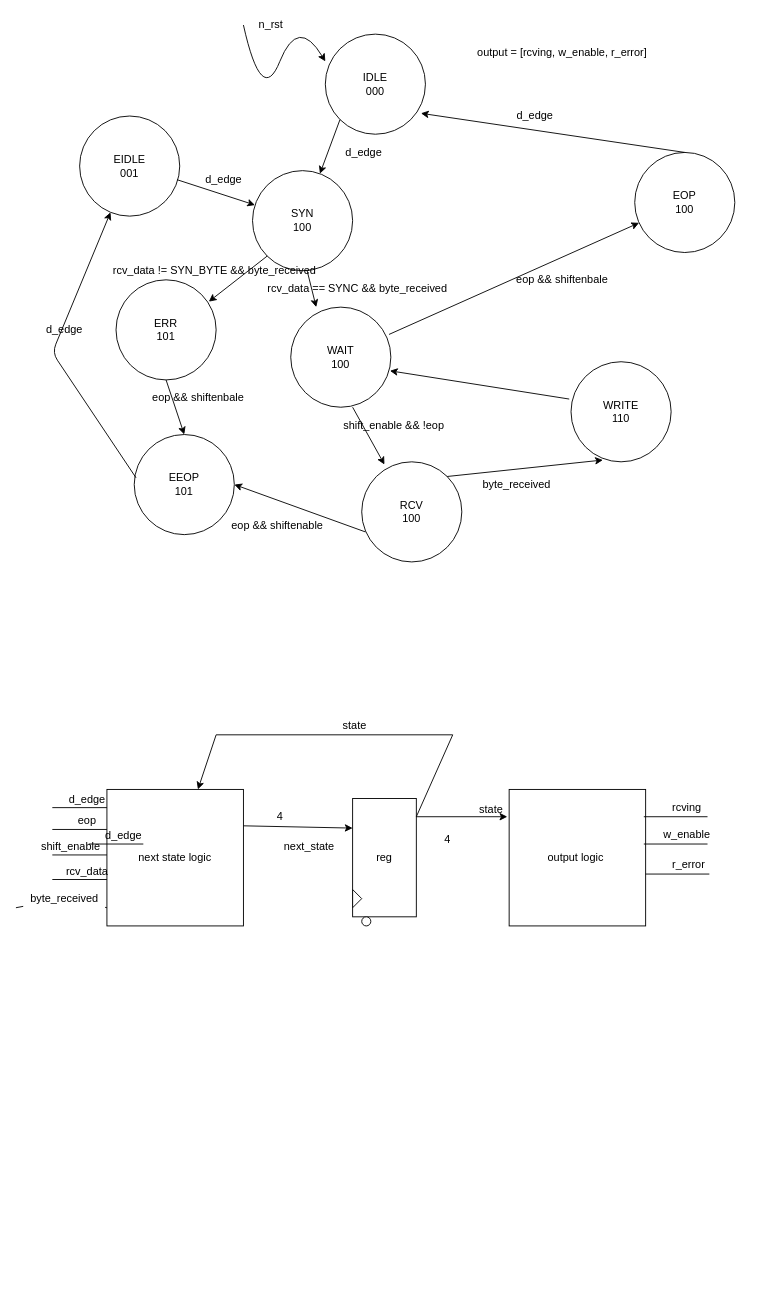
This is project/docs/RCU_RTL.drawio from Mooyeonkim628/ECE337_ASIC_Design, a draw.io file, before an edit. Source tidied: cells renumbered, new cells numbered last; positions are measured from the earlier drawing's top-left corner, leaving out a move shared by most shapes. Both pictures are drawn from the tidied source at 91%, with x=0, y=0 at pixel (15, 15).
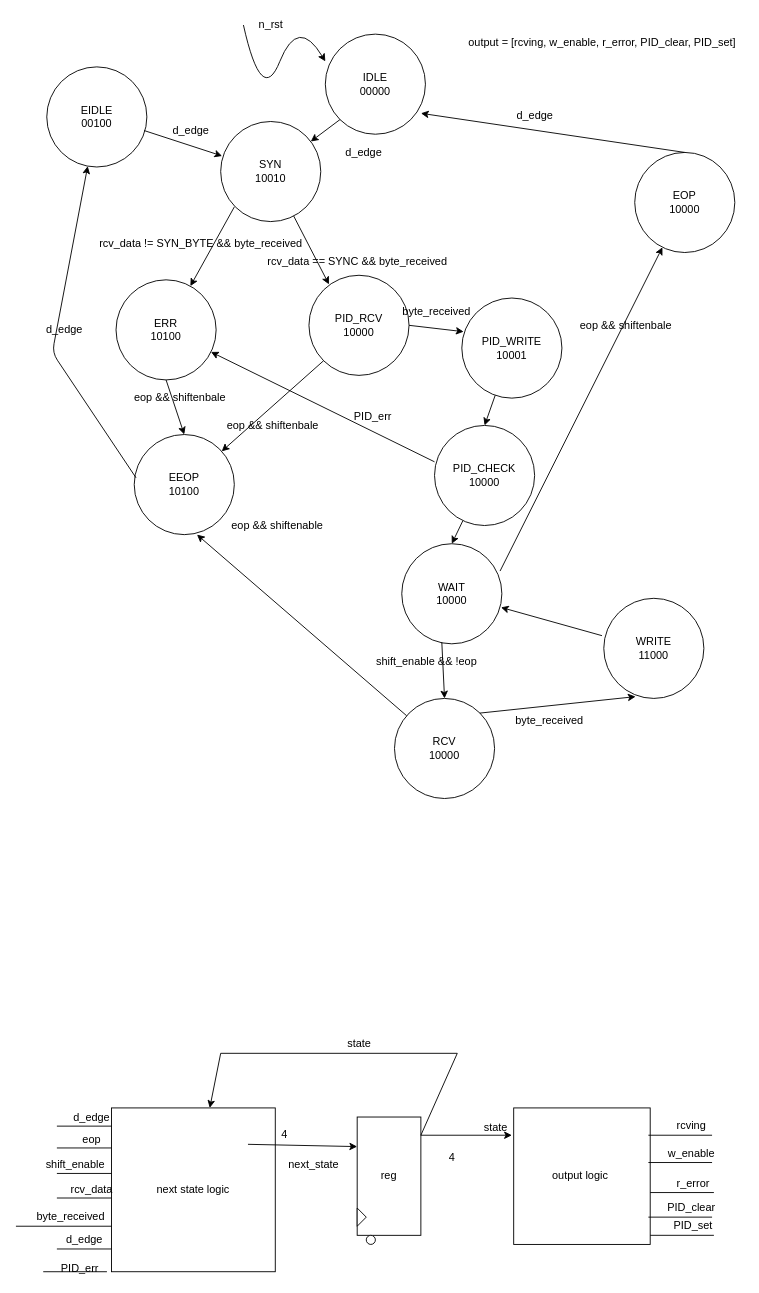
The same page after the edit.

What changed in the source:
```diff
@@
-    <mxCell id="2" value="IDLE&lt;br&gt;000" style="ellipse;whiteSpace=wrap;html=1;" parent="1" vertex="1">
+    <mxCell id="2" value="IDLE&lt;br&gt;00000" style="ellipse;whiteSpace=wrap;html=1;" parent="1" vertex="1">
       <mxGeometry x="340" y="20" width="110" height="110" as="geometry" />
     </mxCell>
-    <mxCell id="3" value="output = [rcving, w_enable, r_error]" style="text;html=1;align=center;verticalAlign=middle;" parent="1" vertex="1">
-      <mxGeometry x="500" y="30" width="200" height="20" as="geometry" />
+    <mxCell id="3" value="output = [rcving, w_enable, r_error, PID_clear, PID_set]" style="text;html=1;align=center;verticalAlign=middle;" parent="1" vertex="1">
+      <mxGeometry x="489" y="20" width="310" height="20" as="geometry" />
     </mxCell>
-    <mxCell id="4" value="SYN&lt;br&gt;100" style="ellipse;whiteSpace=wrap;html=1;" parent="1" vertex="1">
-      <mxGeometry x="260" y="170" width="110" height="110" as="geometry" />
+    <mxCell id="4" value="SYN&lt;br&gt;10010" style="ellipse;whiteSpace=wrap;html=1;" parent="1" vertex="1">
+      <mxGeometry x="225" y="116" width="110" height="110" as="geometry" />
     </mxCell>
@@
-    <mxCell id="6" value="ERR&lt;br&gt;101" style="ellipse;whiteSpace=wrap;html=1;" parent="1" vertex="1">
+    <mxCell id="6" value="ERR&lt;br&gt;10100" style="ellipse;whiteSpace=wrap;html=1;" parent="1" vertex="1">
       <mxGeometry x="110" y="290" width="110" height="110" as="geometry" />
     </mxCell>
@@
-    <mxCell id="8" style="endArrow=classic;html=1;entryX=0.927;entryY=0.218;entryDx=0;entryDy=0;entryPerimeter=0;exitX=0;exitY=1;exitDx=0;exitDy=0;" parent="1" edge="1" source="4" target="6">
-      <mxGeometry relative="1" as="geometry" />
+    <mxCell id="8" style="endArrow=classic;html=1;exitX=0;exitY=1;exitDx=0;exitDy=0;" parent="1" edge="1" target="6">
+      <mxGeometry relative="1" as="geometry">
+        <mxPoint x="240" y="209.9" as="sourcePoint" />
+      </mxGeometry>
     </mxCell>
     <mxCell id="9" value="rcv_data != SYN_BYTE &amp;amp;&amp;amp; byte_received" style="text;html=1;align=center;verticalAlign=middle;" parent="1" vertex="1">
-      <mxGeometry x="98" y="270" width="240" height="20" as="geometry" />
+      <mxGeometry x="83" y="240" width="240" height="20" as="geometry" />
     </mxCell>
@@
     <mxCell id="11" value="eop &amp;amp;&amp;amp; shiftenbale" style="text;html=1;align=center;verticalAlign=middle;" parent="1" vertex="1">
-      <mxGeometry x="140" y="410" width="120" height="20" as="geometry" />
+      <mxGeometry x="120" y="410" width="120" height="20" as="geometry" />
     </mxCell>
-    <mxCell id="12" value="RCV&lt;br&gt;100" style="ellipse;whiteSpace=wrap;html=1;" parent="1" vertex="1">
-      <mxGeometry x="380" y="490" width="110" height="110" as="geometry" />
+    <mxCell id="12" value="RCV&lt;br&gt;10000" style="ellipse;whiteSpace=wrap;html=1;" parent="1" vertex="1">
+      <mxGeometry x="416" y="750" width="110" height="110" as="geometry" />
     </mxCell>
@@
-    <mxCell id="15" style="endArrow=classic;html=1;" parent="1" edge="1">
-      <mxGeometry relative="1" as="geometry">
-        <mxPoint x="320" y="280" as="sourcePoint" />
-        <mxPoint x="330" y="320" as="targetPoint" />
-      </mxGeometry>
+    <mxCell id="15" style="endArrow=classic;html=1;entryX=0.2;entryY=0.091;entryDx=0;entryDy=0;entryPerimeter=0;" parent="1" edge="1" source="4" target="71">
+      <mxGeometry relative="1" as="geometry" />
     </mxCell>
-    <mxCell id="16" value="WRITE&lt;br&gt;110" style="ellipse;whiteSpace=wrap;html=1;" parent="1" vertex="1">
-      <mxGeometry x="610" y="380" width="110" height="110" as="geometry" />
+    <mxCell id="16" value="WRITE&lt;br&gt;11000" style="ellipse;whiteSpace=wrap;html=1;" parent="1" vertex="1">
+      <mxGeometry x="646" y="640" width="110" height="110" as="geometry" />
     </mxCell>
@@
     <mxCell id="18" value="byte_received" style="text;html=1;align=center;verticalAlign=middle;" parent="1" vertex="1">
-      <mxGeometry x="505" y="505" width="90" height="20" as="geometry" />
+      <mxGeometry x="541" y="765" width="90" height="20" as="geometry" />
     </mxCell>
@@
-    <mxCell id="20" value="EIDLE&lt;br&gt;001" style="ellipse;whiteSpace=wrap;html=1;" parent="1" vertex="1">
-      <mxGeometry x="70" y="110" width="110" height="110" as="geometry" />
+    <mxCell id="20" value="EIDLE&lt;br&gt;00100" style="ellipse;whiteSpace=wrap;html=1;" parent="1" vertex="1">
+      <mxGeometry x="33.9" y="56" width="110" height="110" as="geometry" />
     </mxCell>
-    <mxCell id="21" style="endArrow=classic;html=1;exitX=0.973;exitY=0.636;exitDx=0;exitDy=0;exitPerimeter=0;" parent="1" edge="1" source="20" target="4">
-      <mxGeometry relative="1" as="geometry" />
+    <mxCell id="21" style="endArrow=classic;html=1;exitX=0.973;exitY=0.636;exitDx=0;exitDy=0;exitPerimeter=0;" parent="1" edge="1" source="20">
+      <mxGeometry relative="1" as="geometry">
+        <mxPoint x="226.6" y="153.9" as="targetPoint" />
+      </mxGeometry>
     </mxCell>
     <mxCell id="22" value="d_edge" style="text;html=1;align=center;verticalAlign=middle;" parent="1" vertex="1">
-      <mxGeometry x="198" y="170" width="60" height="20" as="geometry" />
+      <mxGeometry x="161.9" y="116" width="60" height="20" as="geometry" />
     </mxCell>
     <mxCell id="23" value="next state logic" style="whiteSpace=wrap;html=1;" parent="1" vertex="1">
-      <mxGeometry x="100" y="850" width="150" height="150" as="geometry" />
+      <mxGeometry x="105" y="1200" width="180" height="180" as="geometry" />
     </mxCell>
     <mxCell id="24" value="reg" style="rounded=0;whiteSpace=wrap;html=1;" parent="1" vertex="1">
-      <mxGeometry x="370" y="860" width="70" height="130" as="geometry" />
+      <mxGeometry x="375" y="1210" width="70" height="130" as="geometry" />
     </mxCell>
     <mxCell id="25" style="endArrow=classic;html=1;entryX=0;entryY=0.25;entryDx=0;entryDy=0;" parent="1" edge="1" target="24">
       <mxGeometry relative="1" as="geometry">
-        <mxPoint x="250" y="890" as="sourcePoint" />
+        <mxPoint x="255" y="1240" as="sourcePoint" />
       </mxGeometry>
     </mxCell>
     <mxCell id="26" value="4" style="text;html=1;align=center;verticalAlign=middle;" parent="1" vertex="1">
-      <mxGeometry x="280" y="870" width="20" height="20" as="geometry" />
+      <mxGeometry x="285" y="1220" width="20" height="20" as="geometry" />
     </mxCell>
     <mxCell id="27" value="next_state" style="text;html=1;align=center;verticalAlign=middle;" parent="1" vertex="1">
-      <mxGeometry x="287" y="903" width="70" height="20" as="geometry" />
+      <mxGeometry x="292" y="1253" width="70" height="20" as="geometry" />
     </mxCell>
     <mxCell id="28" style="endArrow=none;html=1;" parent="1" edge="1">
       <mxGeometry relative="1" as="geometry">
-        <mxPoint x="440" y="880" as="sourcePoint" />
-        <mxPoint x="480" y="790" as="targetPoint" />
+        <mxPoint x="445" y="1230" as="sourcePoint" />
+        <mxPoint x="485" y="1140" as="targetPoint" />
       </mxGeometry>
     </mxCell>
     <mxCell id="29" style="endArrow=none;html=1;" parent="1" edge="1">
       <mxGeometry relative="1" as="geometry">
-        <mxPoint x="220" y="790" as="sourcePoint" />
-        <mxPoint x="480" y="790" as="targetPoint" />
+        <mxPoint x="225" y="1140" as="sourcePoint" />
+        <mxPoint x="485" y="1140" as="targetPoint" />
       </mxGeometry>
     </mxCell>
     <mxCell id="30" style="endArrow=classic;html=1;" parent="1" edge="1" target="23">
       <mxGeometry relative="1" as="geometry">
-        <mxPoint x="220" y="790" as="sourcePoint" />
+        <mxPoint x="225" y="1140" as="sourcePoint" />
       </mxGeometry>
     </mxCell>
     <mxCell id="31" value="state" style="text;html=1;align=center;verticalAlign=middle;" parent="1" vertex="1">
-      <mxGeometry x="352" y="770" width="40" height="20" as="geometry" />
+      <mxGeometry x="357" y="1120" width="40" height="20" as="geometry" />
     </mxCell>
     <mxCell id="32" style="endArrow=classic;html=1;" parent="1" edge="1">
       <mxGeometry relative="1" as="geometry">
-        <mxPoint x="440" y="880" as="sourcePoint" />
-        <mxPoint x="540" y="880" as="targetPoint" />
+        <mxPoint x="445" y="1230" as="sourcePoint" />
+        <mxPoint x="545" y="1230" as="targetPoint" />
       </mxGeometry>
     </mxCell>
     <mxCell id="33" style="triangle;whiteSpace=wrap;html=1;" parent="1" vertex="1">
-      <mxGeometry x="370" y="960" width="10" height="20" as="geometry" />
+      <mxGeometry x="375" y="1310" width="10" height="20" as="geometry" />
     </mxCell>
     <mxCell id="34" style="ellipse;whiteSpace=wrap;html=1;" parent="1" vertex="1">
-      <mxGeometry x="380" y="990" width="10" height="10" as="geometry" />
+      <mxGeometry x="385" y="1340" width="10" height="10" as="geometry" />
     </mxCell>
     <mxCell id="35" value="4" style="text;html=1;align=center;verticalAlign=middle;" parent="1" vertex="1">
-      <mxGeometry x="464" y="895" width="20" height="20" as="geometry" />
+      <mxGeometry x="469" y="1245" width="20" height="20" as="geometry" />
     </mxCell>
     <mxCell id="36" value="state" style="text;html=1;align=center;verticalAlign=middle;" parent="1" vertex="1">
-      <mxGeometry x="502" y="862" width="40" height="20" as="geometry" />
+      <mxGeometry x="507" y="1212" width="40" height="20" as="geometry" />
     </mxCell>
     <mxCell id="37" value="output logic&amp;nbsp;" style="whiteSpace=wrap;html=1;" parent="1" vertex="1">
-      <mxGeometry x="542" y="850" width="150" height="150" as="geometry" />
+      <mxGeometry x="547" y="1200" width="150" height="150" as="geometry" />
     </mxCell>
     <mxCell id="38" style="endArrow=none;html=1;" parent="1" edge="1">
       <mxGeometry relative="1" as="geometry">
-        <mxPoint x="690" y="880" as="sourcePoint" />
-        <mxPoint x="760" y="880" as="targetPoint" />
+        <mxPoint x="695" y="1230" as="sourcePoint" />
+        <mxPoint x="765" y="1230" as="targetPoint" />
       </mxGeometry>
     </mxCell>
     <mxCell id="39" value="rcving" style="text;html=1;align=center;verticalAlign=middle;" parent="1" vertex="1">
-      <mxGeometry x="712" y="860" width="50" height="20" as="geometry" />
+      <mxGeometry x="717" y="1210" width="50" height="20" as="geometry" />
     </mxCell>
     <mxCell id="40" style="endArrow=none;html=1;" parent="1" edge="1">
       <mxGeometry relative="1" as="geometry">
-        <mxPoint x="690" y="910" as="sourcePoint" />
-        <mxPoint x="760" y="910" as="targetPoint" />
+        <mxPoint x="695" y="1260" as="sourcePoint" />
+        <mxPoint x="765" y="1260" as="targetPoint" />
       </mxGeometry>
     </mxCell>
     <mxCell id="41" value="w_enable" style="text;html=1;align=center;verticalAlign=middle;" parent="1" vertex="1">
-      <mxGeometry x="702" y="890" width="70" height="20" as="geometry" />
+      <mxGeometry x="707" y="1240" width="70" height="20" as="geometry" />
     </mxCell>
     <mxCell id="42" style="endArrow=none;html=1;" parent="1" edge="1">
       <mxGeometry relative="1" as="geometry">
-        <mxPoint x="692" y="943" as="sourcePoint" />
-        <mxPoint x="762" y="943" as="targetPoint" />
+        <mxPoint x="697" y="1293" as="sourcePoint" />
+        <mxPoint x="767" y="1293" as="targetPoint" />
       </mxGeometry>
     </mxCell>
     <mxCell id="43" value="r_error" style="text;html=1;align=center;verticalAlign=middle;" parent="1" vertex="1">
-      <mxGeometry x="714" y="923" width="50" height="20" as="geometry" />
+      <mxGeometry x="719" y="1273" width="50" height="20" as="geometry" />
     </mxCell>
     <mxCell id="44" style="endArrow=none;html=1;" parent="1" edge="1">
       <mxGeometry relative="1" as="geometry">
-        <mxPoint x="40" y="870" as="sourcePoint" />
-        <mxPoint x="100" y="870" as="targetPoint" />
+        <mxPoint x="45" y="1220" as="sourcePoint" />
+        <mxPoint x="105" y="1220" as="targetPoint" />
       </mxGeometry>
     </mxCell>
     <mxCell id="45" value="d_edge" style="text;html=1;align=center;verticalAlign=middle;" parent="1" vertex="1">
-      <mxGeometry x="48" y="851" width="60" height="20" as="geometry" />
+      <mxGeometry x="53" y="1201" width="60" height="20" as="geometry" />
     </mxCell>
     <mxCell id="46" style="endArrow=none;html=1;" parent="1" edge="1">
       <mxGeometry relative="1" as="geometry">
-        <mxPoint x="40" y="894" as="sourcePoint" />
-        <mxPoint x="100" y="894" as="targetPoint" />
+        <mxPoint x="45" y="1244" as="sourcePoint" />
+        <mxPoint x="105" y="1244" as="targetPoint" />
       </mxGeometry>
     </mxCell>
     <mxCell id="47" value="eop" style="text;html=1;align=center;verticalAlign=middle;" parent="1" vertex="1">
-      <mxGeometry x="58" y="875" width="40" height="20" as="geometry" />
+      <mxGeometry x="63" y="1225" width="40" height="20" as="geometry" />
     </mxCell>
     <mxCell id="48" style="endArrow=none;html=1;" parent="1" edge="1">
       <mxGeometry relative="1" as="geometry">
-        <mxPoint x="40" y="922" as="sourcePoint" />
-        <mxPoint x="100" y="922" as="targetPoint" />
+        <mxPoint x="45" y="1272" as="sourcePoint" />
+        <mxPoint x="105" y="1272" as="targetPoint" />
       </mxGeometry>
     </mxCell>
     <mxCell id="49" value="shift_enable" style="text;html=1;align=center;verticalAlign=middle;" parent="1" vertex="1">
-      <mxGeometry x="20" y="903" width="80" height="20" as="geometry" />
+      <mxGeometry x="25" y="1253" width="80" height="20" as="geometry" />
     </mxCell>
     <mxCell id="50" style="endArrow=none;html=1;" parent="1" edge="1">
       <mxGeometry relative="1" as="geometry">
-        <mxPoint x="40" y="949" as="sourcePoint" />
-        <mxPoint x="100" y="949" as="targetPoint" />
+        <mxPoint x="45" y="1299" as="sourcePoint" />
+        <mxPoint x="105" y="1299" as="targetPoint" />
       </mxGeometry>
     </mxCell>
     <mxCell id="51" value="rcv_data" style="text;html=1;align=center;verticalAlign=middle;" parent="1" vertex="1">
-      <mxGeometry x="48" y="930" width="60" height="20" as="geometry" />
+      <mxGeometry x="53" y="1280" width="60" height="20" as="geometry" />
     </mxCell>
@@
     <mxCell id="53" style="endArrow=none;html=1;" parent="1" edge="1">
       <mxGeometry relative="1" as="geometry">
-        <mxPoint x="80" y="910" as="sourcePoint" />
-        <mxPoint x="140" y="910" as="targetPoint" />
+        <mxPoint x="45" y="1355" as="sourcePoint" />
+        <mxPoint x="105" y="1355" as="targetPoint" />
       </mxGeometry>
     </mxCell>
     <mxCell id="54" value="d_edge" style="text;html=1;align=center;verticalAlign=middle;" parent="1" vertex="1">
-      <mxGeometry x="88" y="891" width="60" height="20" as="geometry" />
+      <mxGeometry x="45" y="1335" width="60" height="20" as="geometry" />
     </mxCell>
-    <mxCell id="55" value="EOP&lt;br&gt;100" style="ellipse;whiteSpace=wrap;html=1;" parent="1" vertex="1">
+    <mxCell id="55" value="EOP&lt;br&gt;10000" style="ellipse;whiteSpace=wrap;html=1;" parent="1" vertex="1">
       <mxGeometry x="680" y="150" width="110" height="110" as="geometry" />
     </mxCell>
@@
-    <mxCell id="58" value="EEOP&lt;br&gt;101" style="ellipse;whiteSpace=wrap;html=1;" parent="1" vertex="1">
+    <mxCell id="58" value="EEOP&lt;br&gt;10100" style="ellipse;whiteSpace=wrap;html=1;" parent="1" vertex="1">
       <mxGeometry x="130" y="460" width="110" height="110" as="geometry" />
     </mxCell>
@@
-    <mxCell id="61" style="endArrow=classic;html=1;entryX=1;entryY=0.5;entryDx=0;entryDy=0;exitX=0.036;exitY=0.7;exitDx=0;exitDy=0;exitPerimeter=0;" parent="1" edge="1" source="12" target="58">
+    <mxCell id="61" style="endArrow=classic;html=1;entryX=0.627;entryY=1;entryDx=0;entryDy=0;entryPerimeter=0;" parent="1" edge="1" source="12" target="58">
       <mxGeometry relative="1" as="geometry" />
     </mxCell>
     <mxCell id="62" value="rcv_data == SYNC &amp;amp;&amp;amp; byte_received" style="text;html=1;align=center;verticalAlign=middle;" parent="1" vertex="1">
-      <mxGeometry x="270" y="290" width="210" height="20" as="geometry" />
+      <mxGeometry x="270" y="260" width="210" height="20" as="geometry" />
     </mxCell>
-    <mxCell id="63" style="endArrow=none;html=1;" parent="1" edge="1" source="64">
+    <mxCell id="63" style="endArrow=none;html=1;" parent="1" edge="1">
       <mxGeometry relative="1" as="geometry">
-        <mxPoint x="100" y="980" as="targetPoint" />
+        <mxPoint y="1330" as="sourcePoint" />
+        <mxPoint x="105" y="1330" as="targetPoint" />
       </mxGeometry>
     </mxCell>
     <mxCell id="64" value="byte_received" style="text;html=1;align=center;verticalAlign=middle;points=[];" parent="1" vertex="1">
-      <mxGeometry x="8" y="960" width="90" height="20" as="geometry" />
+      <mxGeometry x="15" y="1310" width="90" height="20" as="geometry" />
     </mxCell>
-    <mxCell id="65" style="endArrow=none;html=1;" parent="1" edge="1" target="64">
-      <mxGeometry relative="1" as="geometry">
-        <mxPoint y="980" as="sourcePoint" />
-      </mxGeometry>
-    </mxCell>
-    <mxCell id="66" value="WAIT&lt;br&gt;100" style="ellipse;whiteSpace=wrap;html=1;" parent="1" vertex="1">
-      <mxGeometry x="302" y="320" width="110" height="110" as="geometry" />
+    <mxCell id="66" value="WAIT&lt;br&gt;10000" style="ellipse;whiteSpace=wrap;html=1;" parent="1" vertex="1">
+      <mxGeometry x="424" y="580" width="110" height="110" as="geometry" />
     </mxCell>
-    <mxCell id="67" style="endArrow=classic;html=1;entryX=0.227;entryY=0.027;entryDx=0;entryDy=0;entryPerimeter=0;" parent="1" edge="1" target="12">
-      <mxGeometry relative="1" as="geometry">
-        <mxPoint x="370" y="430" as="sourcePoint" />
-      </mxGeometry>
+    <mxCell id="67" style="endArrow=classic;html=1;entryX=0.5;entryY=0;entryDx=0;entryDy=0;exitX=0.4;exitY=0.982;exitDx=0;exitDy=0;exitPerimeter=0;" parent="1" edge="1" source="66" target="12">
+      <mxGeometry relative="1" as="geometry" />
     </mxCell>
     <mxCell id="68" value="shift_enable &amp;amp;&amp;amp; !eop" style="text;html=1;align=center;verticalAlign=middle;" parent="1" vertex="1">
-      <mxGeometry x="350" y="440" width="130" height="20" as="geometry" />
+      <mxGeometry x="386" y="700" width="130" height="20" as="geometry" />
     </mxCell>
-    <mxCell id="69" style="endArrow=classic;html=1;" parent="1" edge="1" target="55">
-      <mxGeometry relative="1" as="geometry">
-        <mxPoint x="410" y="350" as="sourcePoint" />
-      </mxGeometry>
+    <mxCell id="69" style="endArrow=classic;html=1;exitX=0.982;exitY=0.273;exitDx=0;exitDy=0;exitPerimeter=0;" parent="1" edge="1" source="66" target="55">
+      <mxGeometry relative="1" as="geometry" />
     </mxCell>
     <mxCell id="70" value="eop &amp;amp;&amp;amp; shiftenbale" style="text;html=1;align=center;verticalAlign=middle;" parent="1" vertex="1">
-      <mxGeometry x="540" y="280" width="120" height="20" as="geometry" />
+      <mxGeometry x="610" y="330" width="120" height="20" as="geometry" />
     </mxCell>
+    <mxCell id="71" value="PID_RCV&lt;br&gt;10000" style="ellipse;whiteSpace=wrap;html=1;" parent="1" vertex="1">
+      <mxGeometry x="322" y="285" width="110" height="110" as="geometry" />
+    </mxCell>
+    <mxCell id="72" value="PID_WRITE&lt;br&gt;10001" style="ellipse;whiteSpace=wrap;html=1;" parent="1" vertex="1">
+      <mxGeometry x="490" y="310" width="110" height="110" as="geometry" />
+    </mxCell>
+    <mxCell id="73" style="endArrow=classic;html=1;entryX=0.018;entryY=0.336;entryDx=0;entryDy=0;exitX=1;exitY=0.5;exitDx=0;exitDy=0;entryPerimeter=0;" parent="1" edge="1" source="71" target="72">
+      <mxGeometry relative="1" as="geometry">
+        <Array as="points">
+          <mxPoint x="492" y="347" />
+        </Array>
+      </mxGeometry>
+    </mxCell>
+    <mxCell id="74" value="byte_received" style="text;html=1;align=center;verticalAlign=middle;" parent="1" vertex="1">
+      <mxGeometry x="417" y="315" width="90" height="20" as="geometry" />
+    </mxCell>
+    <mxCell id="75" style="endArrow=classic;html=1;entryX=0.5;entryY=0;entryDx=0;entryDy=0;" parent="1" edge="1" source="78" target="66">
+      <mxGeometry relative="1" as="geometry" />
+    </mxCell>
+    <mxCell id="76" style="endArrow=classic;html=1;exitX=0;exitY=1;exitDx=0;exitDy=0;" parent="1" edge="1" source="71" target="58">
+      <mxGeometry relative="1" as="geometry" />
+    </mxCell>
+    <mxCell id="77" value="eop &amp;amp;&amp;amp; shiftenbale" style="text;html=1;align=center;verticalAlign=middle;" parent="1" vertex="1">
+      <mxGeometry x="221.9" y="440" width="120" height="20" as="geometry" />
+    </mxCell>
+    <mxCell id="78" value="PID_CHECK&lt;br&gt;10000" style="ellipse;whiteSpace=wrap;html=1;" parent="1" vertex="1">
+      <mxGeometry x="460" y="450" width="110" height="110" as="geometry" />
+    </mxCell>
+    <mxCell id="79" style="endArrow=classic;html=1;entryX=0.5;entryY=0;entryDx=0;entryDy=0;" parent="1" edge="1" source="72" target="78">
+      <mxGeometry relative="1" as="geometry" />
+    </mxCell>
+    <mxCell id="80" style="endArrow=classic;html=1;" parent="1" edge="1" target="6">
+      <mxGeometry relative="1" as="geometry">
+        <mxPoint x="460" y="490" as="sourcePoint" />
+      </mxGeometry>
+    </mxCell>
+    <mxCell id="81" value="PID_err" style="text;html=1;align=center;verticalAlign=middle;" parent="1" vertex="1">
+      <mxGeometry x="362" y="430" width="60" height="20" as="geometry" />
+    </mxCell>
+    <mxCell id="82" style="endArrow=none;html=1;" parent="1" edge="1">
+      <mxGeometry relative="1" as="geometry">
+        <mxPoint x="30" y="1380" as="sourcePoint" />
+        <mxPoint x="100" y="1380" as="targetPoint" />
+      </mxGeometry>
+    </mxCell>
+    <mxCell id="83" value="PID_err" style="text;html=1;align=center;verticalAlign=middle;" parent="1" vertex="1">
+      <mxGeometry x="40" y="1367" width="60" height="20" as="geometry" />
+    </mxCell>
+    <mxCell id="84" style="endArrow=none;html=1;" parent="1" edge="1">
+      <mxGeometry relative="1" as="geometry">
+        <mxPoint x="695" y="1320" as="sourcePoint" />
+        <mxPoint x="765" y="1320" as="targetPoint" />
+      </mxGeometry>
+    </mxCell>
+    <mxCell id="85" value="PID_clear" style="text;html=1;align=center;verticalAlign=middle;" parent="1" vertex="1">
+      <mxGeometry x="707" y="1300" width="70" height="20" as="geometry" />
+    </mxCell>
+    <mxCell id="86" style="endArrow=none;html=1;" parent="1" edge="1">
+      <mxGeometry relative="1" as="geometry">
+        <mxPoint x="697" y="1340" as="sourcePoint" />
+        <mxPoint x="767" y="1340" as="targetPoint" />
+      </mxGeometry>
+    </mxCell>
+    <mxCell id="87" value="PID_set" style="text;html=1;align=center;verticalAlign=middle;" parent="1" vertex="1">
+      <mxGeometry x="714" y="1320" width="60" height="20" as="geometry" />
+    </mxCell>
```
